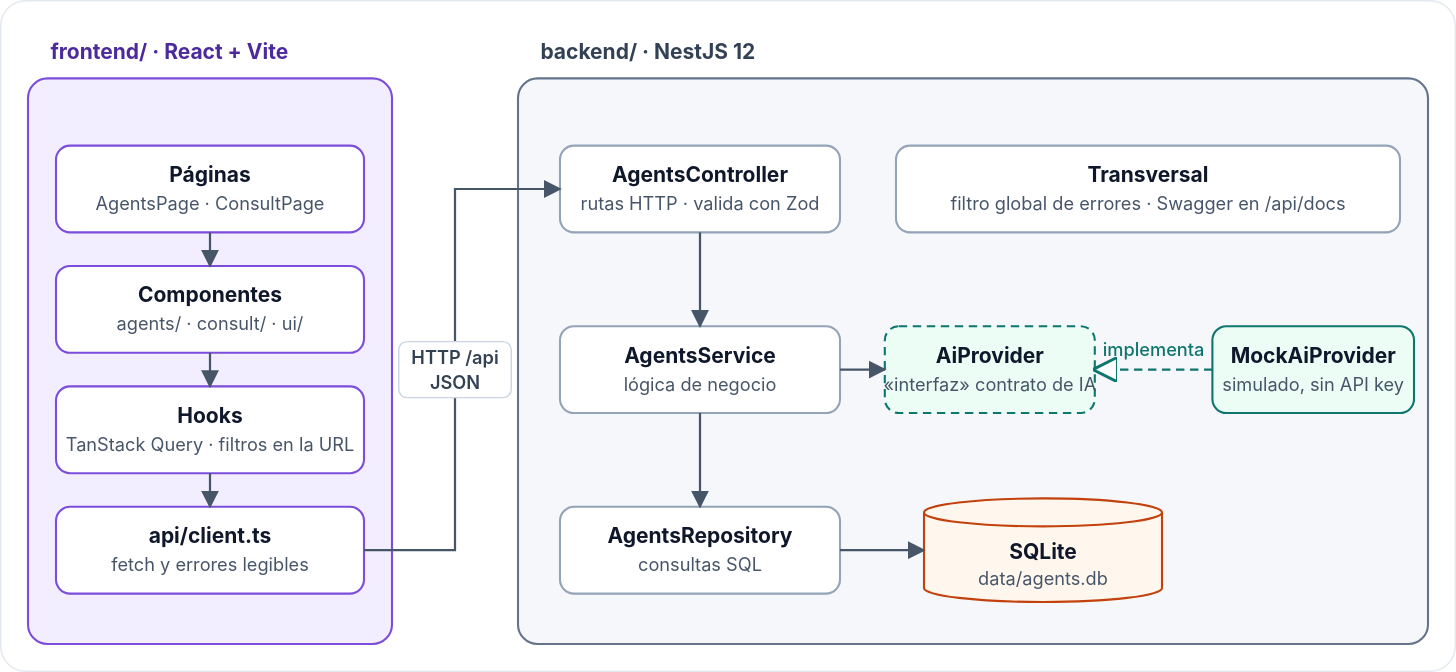
YouRobla/mini-agent-studio keeps this draw.io diagram as docs/arquitectura.drawio.svg. Above is the earlier version. Source tidied: cells renumbered, new cells last; positions are measured from the earlier drawing's top-left corner, leaving out a move shared by most shapes. The source it was exported from:
```xml
<mxGraphModel>
  <root>
    <mxCell id="0" />
    <mxCell id="1" parent="0" />
    <mxCell id="2" value="&lt;b&gt;frontend/ · React + Vite&lt;/b&gt;" style="rounded=1;arcSize=4;whiteSpace=wrap;html=1;fillColor=#F3EEFF;strokeColor=#7C4DDB;fontColor=#4C2A9E;verticalAlign=top;align=left;spacingLeft=12;spacingTop=-28;fontSize=15;" parent="1" vertex="1">
      <mxGeometry width="260" height="404" as="geometry" />
    </mxCell>
    <mxCell id="3" value="&lt;b&gt;backend/ · NestJS 12&lt;/b&gt;" style="rounded=1;arcSize=4;whiteSpace=wrap;html=1;fillColor=#F5F7FA;strokeColor=#64748B;fontColor=#334155;verticalAlign=top;align=left;spacingLeft=12;spacingTop=-28;fontSize=15;" parent="1" vertex="1">
      <mxGeometry x="350" width="650" height="404" as="geometry" />
    </mxCell>
    <mxCell id="4" value="&lt;b&gt;Páginas&lt;/b&gt;&lt;br&gt;&lt;font color=&quot;#475569&quot; style=&quot;font-size:13px&quot;&gt;AgentsPage · ConsultPage&lt;/font&gt;" style="rounded=1;whiteSpace=wrap;html=1;fillColor=#FFFFFF;strokeColor=#7C4DDB;fontSize=15;" parent="1" vertex="1">
      <mxGeometry x="20" y="48" width="220" height="62" as="geometry" />
    </mxCell>
    <mxCell id="5" value="&lt;b&gt;Componentes&lt;/b&gt;&lt;br&gt;&lt;font color=&quot;#475569&quot; style=&quot;font-size:13px&quot;&gt;agents/ · consult/ · ui/&lt;/font&gt;" style="rounded=1;whiteSpace=wrap;html=1;fillColor=#FFFFFF;strokeColor=#7C4DDB;fontSize=15;" parent="1" vertex="1">
      <mxGeometry x="20" y="134" width="220" height="62" as="geometry" />
    </mxCell>
    <mxCell id="6" value="&lt;b&gt;Hooks&lt;/b&gt;&lt;br&gt;&lt;font color=&quot;#475569&quot; style=&quot;font-size:13px&quot;&gt;TanStack Query · filtros en la URL&lt;/font&gt;" style="rounded=1;whiteSpace=wrap;html=1;fillColor=#FFFFFF;strokeColor=#7C4DDB;fontSize=15;" parent="1" vertex="1">
      <mxGeometry x="20" y="220" width="220" height="62" as="geometry" />
    </mxCell>
    <mxCell id="7" value="&lt;b&gt;api/client.ts&lt;/b&gt;&lt;br&gt;&lt;font color=&quot;#475569&quot; style=&quot;font-size:13px&quot;&gt;fetch y errores legibles&lt;/font&gt;" style="rounded=1;whiteSpace=wrap;html=1;fillColor=#FFFFFF;strokeColor=#7C4DDB;fontSize=15;" parent="1" vertex="1">
      <mxGeometry x="20" y="306" width="220" height="62" as="geometry" />
    </mxCell>
    <mxCell id="8" value="&lt;b&gt;AgentsController&lt;/b&gt;&lt;br&gt;&lt;font color=&quot;#475569&quot; style=&quot;font-size:13px&quot;&gt;rutas HTTP · valida con Zod&lt;/font&gt;" style="rounded=1;whiteSpace=wrap;html=1;fillColor=#FFFFFF;strokeColor=#94A3B8;fontSize=15;" parent="1" vertex="1">
      <mxGeometry x="380" y="48" width="200" height="62" as="geometry" />
    </mxCell>
    <mxCell id="9" value="&lt;b&gt;AgentsService&lt;/b&gt;&lt;br&gt;&lt;font color=&quot;#475569&quot; style=&quot;font-size:13px&quot;&gt;lógica de negocio&lt;/font&gt;" style="rounded=1;whiteSpace=wrap;html=1;fillColor=#FFFFFF;strokeColor=#94A3B8;fontSize=15;" parent="1" vertex="1">
      <mxGeometry x="380" y="177" width="200" height="62" as="geometry" />
    </mxCell>
    <mxCell id="10" value="&lt;b&gt;AgentsRepository&lt;/b&gt;&lt;br&gt;&lt;font color=&quot;#475569&quot; style=&quot;font-size:13px&quot;&gt;consultas SQL&lt;/font&gt;" style="rounded=1;whiteSpace=wrap;html=1;fillColor=#FFFFFF;strokeColor=#94A3B8;fontSize=15;" parent="1" vertex="1">
      <mxGeometry x="380" y="306" width="200" height="62" as="geometry" />
    </mxCell>
    <mxCell id="11" value="&lt;b&gt;Transversal&lt;/b&gt;&lt;br&gt;&lt;font color=&quot;#475569&quot; style=&quot;font-size:13px&quot;&gt;filtro global de errores · Swagger en /api/docs&lt;/font&gt;" style="rounded=1;whiteSpace=wrap;html=1;fillColor=#FFFFFF;strokeColor=#94A3B8;fontSize=15;" parent="1" vertex="1">
      <mxGeometry x="620" y="48" width="360" height="62" as="geometry" />
    </mxCell>
    <mxCell id="12" value="&lt;b&gt;AiProvider&lt;/b&gt;&lt;br&gt;&lt;font color=&quot;#475569&quot; style=&quot;font-size:13px&quot;&gt;«interfaz» contrato de IA&lt;/font&gt;" style="rounded=1;whiteSpace=wrap;html=1;fillColor=#ECFDF5;strokeColor=#0F766E;fontSize=15;dashed=1;" parent="1" vertex="1">
      <mxGeometry x="612" y="177" width="150" height="62" as="geometry" />
    </mxCell>
    <mxCell id="13" value="&lt;b&gt;MockAiProvider&lt;/b&gt;&lt;br&gt;&lt;font color=&quot;#475569&quot; style=&quot;font-size:13px&quot;&gt;simulado, sin API key&lt;/font&gt;" style="rounded=1;whiteSpace=wrap;html=1;fillColor=#ECFDF5;strokeColor=#0F766E;fontSize=15;" parent="1" vertex="1">
      <mxGeometry x="846" y="177" width="144" height="62" as="geometry" />
    </mxCell>
    <mxCell id="14" value="&lt;b&gt;SQLite&lt;/b&gt;&lt;br&gt;&lt;font color=&quot;#475569&quot; style=&quot;font-size:13px&quot;&gt;data/agents.db&lt;/font&gt;" style="shape=cylinder3;boundedLbl=1;size=10;whiteSpace=wrap;html=1;fillColor=#FFF7ED;strokeColor=#C2410C;fontSize=15;" parent="1" vertex="1">
      <mxGeometry x="640" y="300" width="170" height="74" as="geometry" />
    </mxCell>
    <mxCell id="15" style="edgeStyle=orthogonalEdgeStyle;rounded=0;html=1;strokeWidth=1.6;endArrow=block;endFill=1;strokeColor=#475569;fontColor=#334155;fontSize=13;" parent="1" edge="1" source="4" target="5">
      <mxGeometry relative="1" as="geometry" />
    </mxCell>
    <mxCell id="16" style="edgeStyle=orthogonalEdgeStyle;rounded=0;html=1;strokeWidth=1.6;endArrow=block;endFill=1;strokeColor=#475569;fontColor=#334155;fontSize=13;" parent="1" edge="1" source="5" target="6">
      <mxGeometry relative="1" as="geometry" />
    </mxCell>
    <mxCell id="17" style="edgeStyle=orthogonalEdgeStyle;rounded=0;html=1;strokeWidth=1.6;endArrow=block;endFill=1;strokeColor=#475569;fontColor=#334155;fontSize=13;" parent="1" edge="1" source="6" target="7">
      <mxGeometry relative="1" as="geometry" />
    </mxCell>
    <mxCell id="18" value="HTTP /api&lt;br&gt;JSON" style="edgeStyle=orthogonalEdgeStyle;rounded=0;html=1;strokeWidth=1.6;endArrow=block;endFill=1;strokeColor=#475569;fontColor=#334155;fontSize=13;" parent="1" edge="1" source="7" target="8">
      <mxGeometry relative="1" as="geometry" />
    </mxCell>
    <mxCell id="19" style="edgeStyle=orthogonalEdgeStyle;rounded=0;html=1;strokeWidth=1.6;endArrow=block;endFill=1;strokeColor=#475569;fontColor=#334155;fontSize=13;" parent="1" edge="1" source="8" target="9">
      <mxGeometry relative="1" as="geometry" />
    </mxCell>
    <mxCell id="20" style="edgeStyle=orthogonalEdgeStyle;rounded=0;html=1;strokeWidth=1.6;endArrow=block;endFill=1;strokeColor=#475569;fontColor=#334155;fontSize=13;" parent="1" edge="1" source="9" target="10">
      <mxGeometry relative="1" as="geometry" />
    </mxCell>
    <mxCell id="21" style="edgeStyle=orthogonalEdgeStyle;rounded=0;html=1;strokeWidth=1.6;endArrow=block;endFill=1;strokeColor=#475569;fontColor=#334155;fontSize=13;" parent="1" edge="1" source="9" target="12">
      <mxGeometry relative="1" as="geometry" />
    </mxCell>
    <mxCell id="22" value="implementa" style="edgeStyle=orthogonalEdgeStyle;rounded=0;html=1;strokeWidth=1.6;dashed=1;endArrow=block;endFill=0;strokeColor=#0F766E;fontColor=#0F766E;fontSize=13;" parent="1" edge="1" source="13" target="12">
      <mxGeometry relative="1" as="geometry" />
    </mxCell>
    <mxCell id="23" style="edgeStyle=orthogonalEdgeStyle;rounded=0;html=1;strokeWidth=1.6;endArrow=block;endFill=1;strokeColor=#475569;fontColor=#334155;fontSize=13;" parent="1" edge="1" source="10" target="14">
      <mxGeometry relative="1" as="geometry" />
    </mxCell>
  </root>
</mxGraphModel>
```
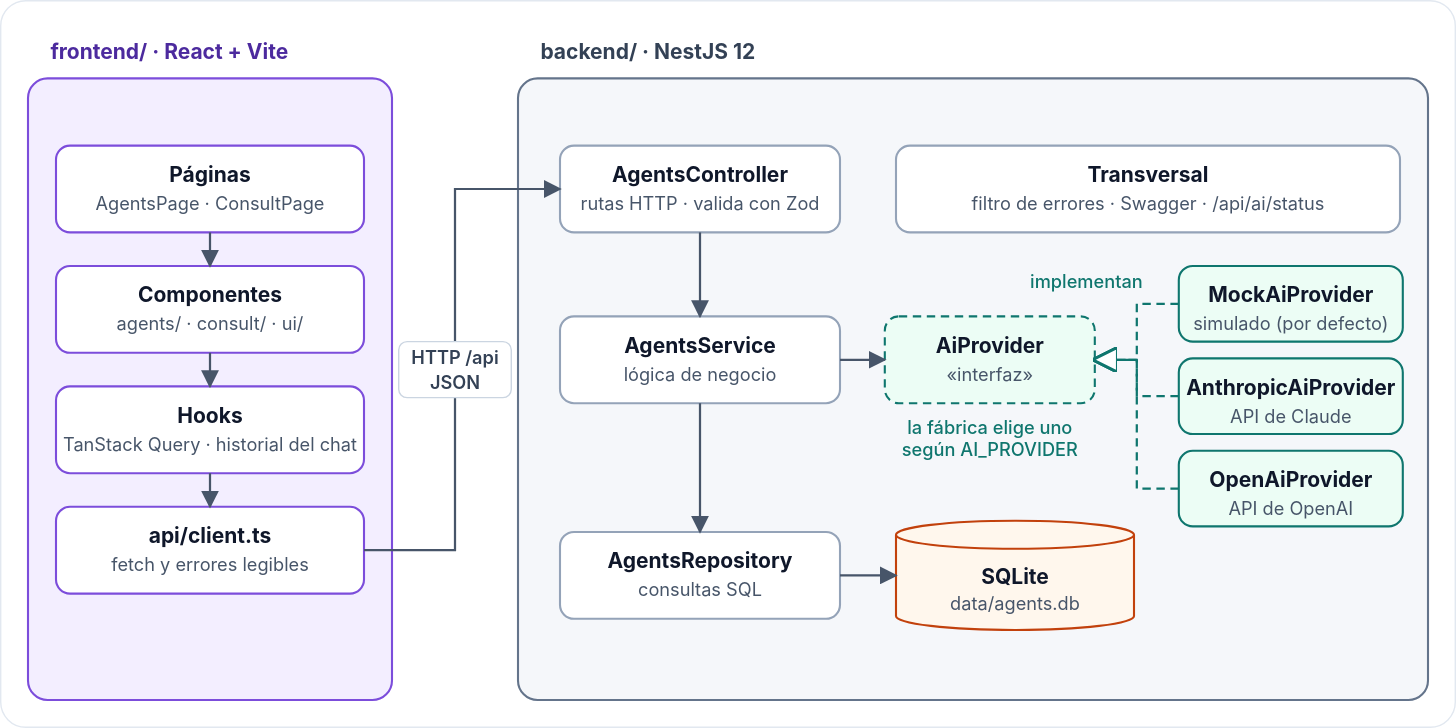
Later version of the same file.

Commit message:
docs: diagrama con la fábrica y los tres adaptadores, y pruebas al día en el README

What changed in the source:
```diff
@@ -3,10 +3,10 @@
     <mxCell id="0" />
     <mxCell id="1" parent="0" />
     <mxCell id="2" value="&lt;b&gt;frontend/ · React + Vite&lt;/b&gt;" style="rounded=1;arcSize=4;whiteSpace=wrap;html=1;fillColor=#F3EEFF;strokeColor=#7C4DDB;fontColor=#4C2A9E;verticalAlign=top;align=left;spacingLeft=12;spacingTop=-28;fontSize=15;" parent="1" vertex="1">
-      <mxGeometry width="260" height="404" as="geometry" />
+      <mxGeometry width="260" height="444" as="geometry" />
     </mxCell>
     <mxCell id="3" value="&lt;b&gt;backend/ · NestJS 12&lt;/b&gt;" style="rounded=1;arcSize=4;whiteSpace=wrap;html=1;fillColor=#F5F7FA;strokeColor=#64748B;fontColor=#334155;verticalAlign=top;align=left;spacingLeft=12;spacingTop=-28;fontSize=15;" parent="1" vertex="1">
-      <mxGeometry x="350" width="650" height="404" as="geometry" />
+      <mxGeometry x="350" width="650" height="444" as="geometry" />
     </mxCell>
     <mxCell id="4" value="&lt;b&gt;Páginas&lt;/b&gt;&lt;br&gt;&lt;font color=&quot;#475569&quot; style=&quot;font-size:13px&quot;&gt;AgentsPage · ConsultPage&lt;/font&gt;" style="rounded=1;whiteSpace=wrap;html=1;fillColor=#FFFFFF;strokeColor=#7C4DDB;fontSize=15;" parent="1" vertex="1">
       <mxGeometry x="20" y="48" width="220" height="62" as="geometry" />
@@ -14,7 +14,7 @@
     <mxCell id="5" value="&lt;b&gt;Componentes&lt;/b&gt;&lt;br&gt;&lt;font color=&quot;#475569&quot; style=&quot;font-size:13px&quot;&gt;agents/ · consult/ · ui/&lt;/font&gt;" style="rounded=1;whiteSpace=wrap;html=1;fillColor=#FFFFFF;strokeColor=#7C4DDB;fontSize=15;" parent="1" vertex="1">
       <mxGeometry x="20" y="134" width="220" height="62" as="geometry" />
     </mxCell>
-    <mxCell id="6" value="&lt;b&gt;Hooks&lt;/b&gt;&lt;br&gt;&lt;font color=&quot;#475569&quot; style=&quot;font-size:13px&quot;&gt;TanStack Query · filtros en la URL&lt;/font&gt;" style="rounded=1;whiteSpace=wrap;html=1;fillColor=#FFFFFF;strokeColor=#7C4DDB;fontSize=15;" parent="1" vertex="1">
+    <mxCell id="6" value="&lt;b&gt;Hooks&lt;/b&gt;&lt;br&gt;&lt;font color=&quot;#475569&quot; style=&quot;font-size:13px&quot;&gt;TanStack Query · historial del chat&lt;/font&gt;" style="rounded=1;whiteSpace=wrap;html=1;fillColor=#FFFFFF;strokeColor=#7C4DDB;fontSize=15;" parent="1" vertex="1">
       <mxGeometry x="20" y="220" width="220" height="62" as="geometry" />
     </mxCell>
     <mxCell id="7" value="&lt;b&gt;api/client.ts&lt;/b&gt;&lt;br&gt;&lt;font color=&quot;#475569&quot; style=&quot;font-size:13px&quot;&gt;fetch y errores legibles&lt;/font&gt;" style="rounded=1;whiteSpace=wrap;html=1;fillColor=#FFFFFF;strokeColor=#7C4DDB;fontSize=15;" parent="1" vertex="1">
@@ -23,23 +23,29 @@
     <mxCell id="8" value="&lt;b&gt;AgentsController&lt;/b&gt;&lt;br&gt;&lt;font color=&quot;#475569&quot; style=&quot;font-size:13px&quot;&gt;rutas HTTP · valida con Zod&lt;/font&gt;" style="rounded=1;whiteSpace=wrap;html=1;fillColor=#FFFFFF;strokeColor=#94A3B8;fontSize=15;" parent="1" vertex="1">
       <mxGeometry x="380" y="48" width="200" height="62" as="geometry" />
     </mxCell>
+    <mxCell id="11" value="&lt;b&gt;Transversal&lt;/b&gt;&lt;br&gt;&lt;font color=&quot;#475569&quot; style=&quot;font-size:13px&quot;&gt;filtro de errores · Swagger · /api/ai/status&lt;/font&gt;" style="rounded=1;whiteSpace=wrap;html=1;fillColor=#FFFFFF;strokeColor=#94A3B8;fontSize=15;" parent="1" vertex="1">
+      <mxGeometry x="620" y="48" width="360" height="62" as="geometry" />
+    </mxCell>
     <mxCell id="9" value="&lt;b&gt;AgentsService&lt;/b&gt;&lt;br&gt;&lt;font color=&quot;#475569&quot; style=&quot;font-size:13px&quot;&gt;lógica de negocio&lt;/font&gt;" style="rounded=1;whiteSpace=wrap;html=1;fillColor=#FFFFFF;strokeColor=#94A3B8;fontSize=15;" parent="1" vertex="1">
-      <mxGeometry x="380" y="177" width="200" height="62" as="geometry" />
+      <mxGeometry x="380" y="170" width="200" height="62" as="geometry" />
     </mxCell>
-    <mxCell id="10" value="&lt;b&gt;AgentsRepository&lt;/b&gt;&lt;br&gt;&lt;font color=&quot;#475569&quot; style=&quot;font-size:13px&quot;&gt;consultas SQL&lt;/font&gt;" style="rounded=1;whiteSpace=wrap;html=1;fillColor=#FFFFFF;strokeColor=#94A3B8;fontSize=15;" parent="1" vertex="1">
-      <mxGeometry x="380" y="306" width="200" height="62" as="geometry" />
-    </mxCell>
-    <mxCell id="11" value="&lt;b&gt;Transversal&lt;/b&gt;&lt;br&gt;&lt;font color=&quot;#475569&quot; style=&quot;font-size:13px&quot;&gt;filtro global de errores · Swagger en /api/docs&lt;/font&gt;" style="rounded=1;whiteSpace=wrap;html=1;fillColor=#FFFFFF;strokeColor=#94A3B8;fontSize=15;" parent="1" vertex="1">
-      <mxGeometry x="620" y="48" width="360" height="62" as="geometry" />
-    </mxCell>
-    <mxCell id="12" value="&lt;b&gt;AiProvider&lt;/b&gt;&lt;br&gt;&lt;font color=&quot;#475569&quot; style=&quot;font-size:13px&quot;&gt;«interfaz» contrato de IA&lt;/font&gt;" style="rounded=1;whiteSpace=wrap;html=1;fillColor=#ECFDF5;strokeColor=#0F766E;fontSize=15;dashed=1;" parent="1" vertex="1">
-      <mxGeometry x="612" y="177" width="150" height="62" as="geometry" />
+    <mxCell id="12" value="&lt;b&gt;AiProvider&lt;/b&gt;&lt;br&gt;&lt;font color=&quot;#475569&quot; style=&quot;font-size:13px&quot;&gt;«interfaz»&lt;/font&gt;" style="rounded=1;whiteSpace=wrap;html=1;fillColor=#ECFDF5;strokeColor=#0F766E;fontSize=15;dashed=1;" parent="1" vertex="1">
+      <mxGeometry x="612" y="170" width="150" height="62" as="geometry" />
     </mxCell>
-    <mxCell id="13" value="&lt;b&gt;MockAiProvider&lt;/b&gt;&lt;br&gt;&lt;font color=&quot;#475569&quot; style=&quot;font-size:13px&quot;&gt;simulado, sin API key&lt;/font&gt;" style="rounded=1;whiteSpace=wrap;html=1;fillColor=#ECFDF5;strokeColor=#0F766E;fontSize=15;" parent="1" vertex="1">
-      <mxGeometry x="846" y="177" width="144" height="62" as="geometry" />
+    <mxCell id="13" value="&lt;b&gt;MockAiProvider&lt;/b&gt;&lt;br&gt;&lt;font color=&quot;#475569&quot; style=&quot;font-size:13px&quot;&gt;simulado (por defecto)&lt;/font&gt;" style="rounded=1;whiteSpace=wrap;html=1;fillColor=#ECFDF5;strokeColor=#0F766E;fontSize=15;" parent="1" vertex="1">
+      <mxGeometry x="822" y="134" width="160" height="54" as="geometry" />
     </mxCell>
+    <mxCell id="24" value="&lt;b&gt;AnthropicAiProvider&lt;/b&gt;&lt;br&gt;&lt;font color=&quot;#475569&quot; style=&quot;font-size:13px&quot;&gt;API de Claude&lt;/font&gt;" style="rounded=1;whiteSpace=wrap;html=1;fillColor=#ECFDF5;strokeColor=#0F766E;fontSize=15;" parent="1" vertex="1">
+      <mxGeometry x="822" y="200" width="160" height="54" as="geometry" />
+    </mxCell>
+    <mxCell id="25" value="&lt;b&gt;OpenAiProvider&lt;/b&gt;&lt;br&gt;&lt;font color=&quot;#475569&quot; style=&quot;font-size:13px&quot;&gt;API de OpenAI&lt;/font&gt;" style="rounded=1;whiteSpace=wrap;html=1;fillColor=#ECFDF5;strokeColor=#0F766E;fontSize=15;" parent="1" vertex="1">
+      <mxGeometry x="822" y="266" width="160" height="54" as="geometry" />
+    </mxCell>
+    <mxCell id="10" value="&lt;b&gt;AgentsRepository&lt;/b&gt;&lt;br&gt;&lt;font color=&quot;#475569&quot; style=&quot;font-size:13px&quot;&gt;consultas SQL&lt;/font&gt;" style="rounded=1;whiteSpace=wrap;html=1;fillColor=#FFFFFF;strokeColor=#94A3B8;fontSize=15;" parent="1" vertex="1">
+      <mxGeometry x="380" y="324" width="200" height="62" as="geometry" />
+    </mxCell>
     <mxCell id="14" value="&lt;b&gt;SQLite&lt;/b&gt;&lt;br&gt;&lt;font color=&quot;#475569&quot; style=&quot;font-size:13px&quot;&gt;data/agents.db&lt;/font&gt;" style="shape=cylinder3;boundedLbl=1;size=10;whiteSpace=wrap;html=1;fillColor=#FFF7ED;strokeColor=#C2410C;fontSize=15;" parent="1" vertex="1">
-      <mxGeometry x="640" y="300" width="170" height="74" as="geometry" />
+      <mxGeometry x="620" y="316" width="170" height="78" as="geometry" />
     </mxCell>
     <mxCell id="15" style="edgeStyle=orthogonalEdgeStyle;rounded=0;html=1;strokeWidth=1.6;endArrow=block;endFill=1;strokeColor=#475569;fontColor=#334155;fontSize=13;" parent="1" edge="1" source="4" target="5">
       <mxGeometry relative="1" as="geometry" />
@@ -62,11 +68,17 @@
     <mxCell id="21" style="edgeStyle=orthogonalEdgeStyle;rounded=0;html=1;strokeWidth=1.6;endArrow=block;endFill=1;strokeColor=#475569;fontColor=#334155;fontSize=13;" parent="1" edge="1" source="9" target="12">
       <mxGeometry relative="1" as="geometry" />
     </mxCell>
-    <mxCell id="22" value="implementa" style="edgeStyle=orthogonalEdgeStyle;rounded=0;html=1;strokeWidth=1.6;dashed=1;endArrow=block;endFill=0;strokeColor=#0F766E;fontColor=#0F766E;fontSize=13;" parent="1" edge="1" source="13" target="12">
+    <mxCell id="22" style="edgeStyle=orthogonalEdgeStyle;rounded=0;html=1;strokeWidth=1.6;dashed=1;endArrow=block;endFill=0;strokeColor=#0F766E;fontColor=#0F766E;fontSize=13;" parent="1" edge="1" source="13" target="12">
       <mxGeometry relative="1" as="geometry" />
     </mxCell>
-    <mxCell id="23" style="edgeStyle=orthogonalEdgeStyle;rounded=0;html=1;strokeWidth=1.6;endArrow=block;endFill=1;strokeColor=#475569;fontColor=#334155;fontSize=13;" parent="1" edge="1" source="10" target="14">
+    <mxCell id="23" style="edgeStyle=orthogonalEdgeStyle;rounded=0;html=1;strokeWidth=1.6;dashed=1;endArrow=block;endFill=0;strokeColor=#0F766E;fontColor=#0F766E;fontSize=13;" parent="1" edge="1" source="24" target="12">
       <mxGeometry relative="1" as="geometry" />
     </mxCell>
+    <mxCell id="26" style="edgeStyle=orthogonalEdgeStyle;rounded=0;html=1;strokeWidth=1.6;dashed=1;endArrow=block;endFill=0;strokeColor=#0F766E;fontColor=#0F766E;fontSize=13;" parent="1" edge="1" source="25" target="12">
+      <mxGeometry relative="1" as="geometry" />
+    </mxCell>
+    <mxCell id="27" style="edgeStyle=orthogonalEdgeStyle;rounded=0;html=1;strokeWidth=1.6;endArrow=block;endFill=1;strokeColor=#475569;fontColor=#334155;fontSize=13;" parent="1" edge="1" source="10" target="14">
+      <mxGeometry relative="1" as="geometry" />
+    </mxCell>
   </root>
 </mxGraphModel>
```
